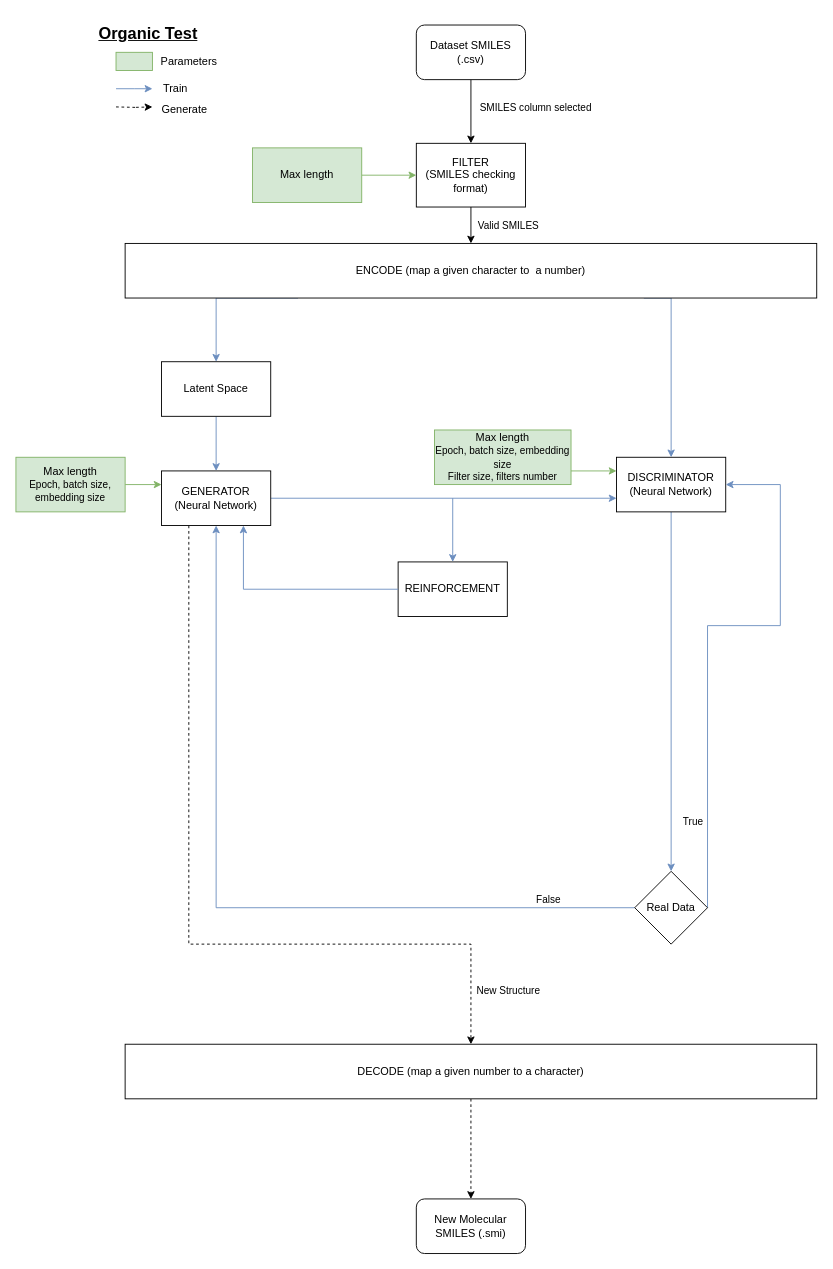
This is GAN.drawio from tahiri-lab/QSAR, a draw.io file, before an edit. Source tidied: cells renumbered, new cells numbered last; positions are measured from the earlier drawing's top-left corner, leaving out a move shared by most shapes. Both pictures are drawn from the tidied source at 91%, with x=0, y=0 at pixel (15, 15).
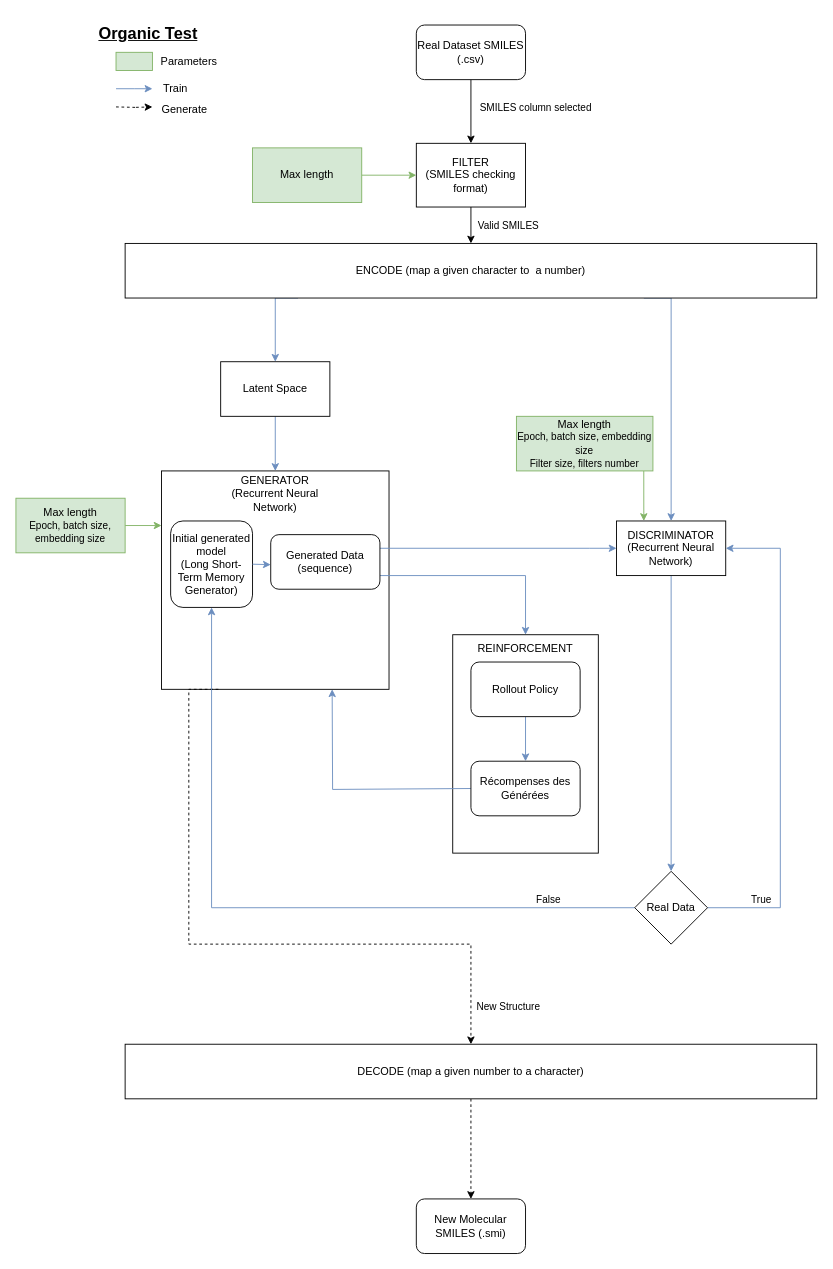
Above is the later version.

Commit message:
Mettre à jour GAN.drawio

The change refers to these unchanged cells:
```xml
<mxCell id="9" value="ENCODE (map a given character to&amp;nbsp; a number)" style="rounded=0;whiteSpace=wrap;html=1;" parent="1" vertex="1">
  <mxGeometry x="120" y="250" width="760" height="60" as="geometry" />
</mxCell>
<mxCell id="22" value="Real Data" style="rhombus;whiteSpace=wrap;html=1;" parent="1" vertex="1">
  <mxGeometry x="680" y="940" width="80" height="80" as="geometry" />
</mxCell>
```

What changed in the source:
```diff
@@
+    <mxCell id="15" style="rounded=0;whiteSpace=wrap;html=1;" parent="1" vertex="1">
+      <mxGeometry x="160" y="500" width="250" height="240" as="geometry" />
+    </mxCell>
@@
-    <mxCell id="6" value="Dataset SMILES (.csv)" style="rounded=1;whiteSpace=wrap;html=1;" parent="1" vertex="1">
+    <mxCell id="6" value="Real Dataset SMILES (.csv)" style="rounded=1;whiteSpace=wrap;html=1;" parent="1" vertex="1">
       <mxGeometry x="440" y="10" width="120" height="60" as="geometry" />
     </mxCell>
     <mxCell id="7" style="edgeStyle=orthogonalEdgeStyle;rounded=0;jettySize=auto;html=1;exitX=0.25;exitY=1;exitDx=0;exitDy=0;entryX=0.5;entryY=0;entryDx=0;entryDy=0;fillColor=#dae8fc;strokeColor=#6c8ebf;" parent="1" edge="1" source="9" target="11">
       <mxGeometry relative="1" as="geometry">
         <Array as="points">
-          <mxPoint x="220" y="310" />
+          <mxPoint x="285" y="310" />
         </Array>
       </mxGeometry>
     </mxCell>
@@
     <mxCell id="11" value="Latent Space" style="rounded=0;whiteSpace=wrap;html=1;" parent="1" vertex="1">
-      <mxGeometry x="160" y="380" width="120" height="60" as="geometry" />
+      <mxGeometry x="225" y="380" width="120" height="60" as="geometry" />
     </mxCell>
-    <mxCell id="12" style="edgeStyle=orthogonalEdgeStyle;rounded=0;jettySize=auto;html=1;exitX=1;exitY=0.5;exitDx=0;exitDy=0;entryX=0;entryY=0.75;entryDx=0;entryDy=0;fillColor=#dae8fc;strokeColor=#6c8ebf;" parent="1" edge="1" source="15" target="17">
-      <mxGeometry relative="1" as="geometry" />
+    <mxCell id="12" style="edgeStyle=orthogonalEdgeStyle;rounded=0;orthogonalLoop=1;jettySize=auto;html=1;entryX=0;entryY=0.75;entryDx=0;entryDy=0;fillColor=#dae8fc;strokeColor=#6c8ebf;exitX=1;exitY=0.5;exitDx=0;exitDy=0;" parent="1" edge="1">
+      <mxGeometry relative="1" as="geometry">
+        <mxPoint x="400" y="585" as="sourcePoint" />
+        <mxPoint x="660" y="585" as="targetPoint" />
+        <Array as="points">
+          <mxPoint x="630" y="585" />
+          <mxPoint x="630" y="585" />
+        </Array>
+      </mxGeometry>
     </mxCell>
@@
-    <mxCell id="15" value="GENERATOR&lt;br&gt;(Neural Network)" style="rounded=0;whiteSpace=wrap;html=1;" parent="1" vertex="1">
-      <mxGeometry x="160" y="500" width="120" height="60" as="geometry" />
-    </mxCell>
@@
-    <mxCell id="17" value="DISCRIMINATOR&lt;br&gt;(Neural Network)" style="rounded=0;whiteSpace=wrap;html=1;" parent="1" vertex="1">
-      <mxGeometry x="660" y="485" width="120" height="60" as="geometry" />
+    <mxCell id="17" value="DISCRIMINATOR&lt;br&gt;(Recurrent Neural Network)" style="rounded=0;whiteSpace=wrap;html=1;" parent="1" vertex="1">
+      <mxGeometry x="660" y="555" width="120" height="60" as="geometry" />
     </mxCell>
-    <mxCell id="18" style="edgeStyle=orthogonalEdgeStyle;rounded=0;jettySize=auto;html=1;exitX=0;exitY=0.5;exitDx=0;exitDy=0;fillColor=#dae8fc;strokeColor=#6c8ebf;entryX=0.5;entryY=1;entryDx=0;entryDy=0;" parent="1" edge="1" source="22" target="15">
+    <mxCell id="18" style="edgeStyle=orthogonalEdgeStyle;rounded=0;jettySize=auto;html=1;exitX=0;exitY=0.5;exitDx=0;exitDy=0;fillColor=#dae8fc;strokeColor=#6c8ebf;entryX=0.5;entryY=1;entryDx=0;entryDy=0;" parent="1" edge="1" source="22" target="44">
       <mxGeometry relative="1" as="geometry" />
     </mxCell>
     <mxCell id="19" value="False" style="edgeLabel;html=1;align=center;verticalAlign=middle;" parent="18" vertex="1">
       <mxGeometry x="-0.56" y="3" relative="1" as="geometry">
-        <mxPoint x="98" y="-13" as="offset" />
+        <mxPoint x="79" y="-13" as="offset" />
       </mxGeometry>
     </mxCell>
     <mxCell id="20" style="edgeStyle=orthogonalEdgeStyle;rounded=0;jettySize=auto;html=1;exitX=1;exitY=0.5;exitDx=0;exitDy=0;entryX=1;entryY=0.5;entryDx=0;entryDy=0;fillColor=#dae8fc;strokeColor=#6c8ebf;" parent="1" edge="1" source="22" target="17">
       <mxGeometry relative="1" as="geometry">
         <Array as="points">
-          <mxPoint x="840" y="670" />
-          <mxPoint x="840" y="515" />
+          <mxPoint x="840" y="980" />
+          <mxPoint x="840" y="585" />
         </Array>
       </mxGeometry>
     </mxCell>
@@
-    <mxCell id="26" style="endArrow=classic;html=1;rounded=0;entryX=0;entryY=0.25;entryDx=0;entryDy=0;fillColor=#d5e8d4;strokeColor=#82b366;exitX=1;exitY=0.75;exitDx=0;exitDy=0;" parent="1" edge="1" source="31" target="17">
+    <mxCell id="26" style="endArrow=classic;html=1;rounded=0;entryX=0.25;entryY=0;entryDx=0;entryDy=0;fillColor=#d5e8d4;strokeColor=#82b366;exitX=0.933;exitY=1;exitDx=0;exitDy=0;exitPerimeter=0;" parent="1" edge="1" source="31" target="17">
       <mxGeometry relative="1" as="geometry" />
     </mxCell>
@@
     <mxCell id="31" value="Max length&lt;br style=&quot;border-color: var(--border-color); font-size: 11px;&quot;&gt;&lt;span style=&quot;font-size: 11px;&quot;&gt;Epoch, batch size, embedding size&lt;/span&gt;&lt;br style=&quot;border-color: var(--border-color); font-size: 11px;&quot;&gt;&lt;span style=&quot;font-size: 11px;&quot;&gt;Filter size, filters number&lt;/span&gt;" style="rounded=0;whiteSpace=wrap;html=1;fillColor=#d5e8d4;strokeColor=#82b366;" parent="1" vertex="1">
-      <mxGeometry x="460" y="455" width="150" height="60" as="geometry" />
+      <mxGeometry x="550" y="440" width="150" height="60" as="geometry" />
     </mxCell>
     <mxCell id="32" value="Max length&lt;br style=&quot;border-color: var(--border-color); font-size: 11px;&quot;&gt;&lt;span style=&quot;font-size: 11px;&quot;&gt;Epoch, batch size, embedding size&lt;/span&gt;" style="rounded=0;whiteSpace=wrap;html=1;fillColor=#d5e8d4;strokeColor=#82b366;" parent="1" vertex="1">
-      <mxGeometry y="485" width="120" height="60" as="geometry" />
+      <mxGeometry y="530" width="120" height="60" as="geometry" />
     </mxCell>
@@
-    <mxCell id="40" value="REINFORCEMENT" style="rounded=0;whiteSpace=wrap;html=1;" parent="1" vertex="1">
-      <mxGeometry x="420" y="600" width="120" height="60" as="geometry" />
+    <mxCell id="40" style="rounded=0;whiteSpace=wrap;html=1;" parent="1" vertex="1">
+      <mxGeometry x="480" y="680" width="160" height="240" as="geometry" />
     </mxCell>
-    <mxCell id="41" style="endArrow=classic;html=1;rounded=0;entryX=0.5;entryY=0;entryDx=0;entryDy=0;fillColor=#dae8fc;strokeColor=#6c8ebf;" parent="1" edge="1" target="40">
+    <mxCell id="41" style="endArrow=classic;html=1;rounded=0;entryX=0.5;entryY=0;entryDx=0;entryDy=0;fillColor=#dae8fc;strokeColor=#6c8ebf;exitX=1;exitY=0.75;exitDx=0;exitDy=0;" parent="1" edge="1" source="45" target="40">
       <mxGeometry relative="1" as="geometry">
-        <mxPoint x="480" y="530" as="sourcePoint" />
+        <Array as="points">
+          <mxPoint x="560" y="615" />
+        </Array>
       </mxGeometry>
     </mxCell>
-    <mxCell id="42" style="endArrow=classic;html=1;rounded=0;entryX=0.75;entryY=1;entryDx=0;entryDy=0;exitX=0;exitY=0.5;exitDx=0;exitDy=0;fillColor=#dae8fc;strokeColor=#6c8ebf;" parent="1" edge="1" source="40" target="15">
+    <mxCell id="42" style="endArrow=classic;html=1;rounded=0;entryX=0.75;entryY=1;entryDx=0;entryDy=0;exitX=0;exitY=0.5;exitDx=0;exitDy=0;fillColor=#dae8fc;strokeColor=#6c8ebf;" parent="1" edge="1" source="51" target="15">
       <mxGeometry relative="1" as="geometry">
         <Array as="points">
-          <mxPoint x="250" y="630" />
+          <mxPoint x="348" y="850" />
         </Array>
       </mxGeometry>
     </mxCell>
+    <mxCell id="43" value="GENERATOR&lt;br style=&quot;border-color: var(--border-color);&quot;&gt;(Recurrent Neural Network)" style="text;html=1;strokeColor=none;fillColor=none;align=center;verticalAlign=middle;whiteSpace=wrap;rounded=0;" parent="1" vertex="1">
+      <mxGeometry x="230" y="510" width="110" height="30" as="geometry" />
+    </mxCell>
+    <mxCell id="44" value="Initial generated model&lt;br&gt;(Long Short-Term Memory Generator)" style="rounded=1;whiteSpace=wrap;html=1;" parent="1" vertex="1">
+      <mxGeometry x="170" y="555" width="90" height="95" as="geometry" />
+    </mxCell>
+    <mxCell id="45" value="Generated Data (sequence)" style="rounded=1;whiteSpace=wrap;html=1;" parent="1" vertex="1">
+      <mxGeometry x="280" y="570" width="120" height="60" as="geometry" />
+    </mxCell>
+    <mxCell id="46" style="edgeStyle=orthogonalEdgeStyle;rounded=0;orthogonalLoop=1;jettySize=auto;html=1;exitX=0.5;exitY=1;exitDx=0;exitDy=0;" parent="1" edge="1" source="15" target="15">
+      <mxGeometry relative="1" as="geometry" />
+    </mxCell>
+    <mxCell id="47" style="endArrow=classic;html=1;rounded=0;exitX=1;exitY=0.5;exitDx=0;exitDy=0;fillColor=#dae8fc;strokeColor=#6c8ebf;" parent="1" edge="1" source="44">
+      <mxGeometry relative="1" as="geometry">
+        <mxPoint x="280" y="603" as="targetPoint" />
+      </mxGeometry>
+    </mxCell>
+    <mxCell id="48" value="REINFORCEMENT" style="text;html=1;strokeColor=none;fillColor=none;align=center;verticalAlign=middle;whiteSpace=wrap;rounded=0;" parent="1" vertex="1">
+      <mxGeometry x="530" y="680" width="60" height="30" as="geometry" />
+    </mxCell>
+    <mxCell id="49" style="edgeStyle=orthogonalEdgeStyle;rounded=0;jettySize=auto;html=1;exitX=0.5;exitY=1;exitDx=0;exitDy=0;fillColor=#dae8fc;strokeColor=#6c8ebf;" parent="1" edge="1" source="50" target="51">
+      <mxGeometry relative="1" as="geometry" />
+    </mxCell>
+    <mxCell id="50" value="Rollout Policy" style="rounded=1;whiteSpace=wrap;html=1;" parent="1" vertex="1">
+      <mxGeometry x="500" y="710" width="120" height="60" as="geometry" />
+    </mxCell>
+    <mxCell id="51" value="Récompenses des Générées" style="rounded=1;whiteSpace=wrap;html=1;" parent="1" vertex="1">
+      <mxGeometry x="500" y="819" width="120" height="60" as="geometry" />
+    </mxCell>
```
